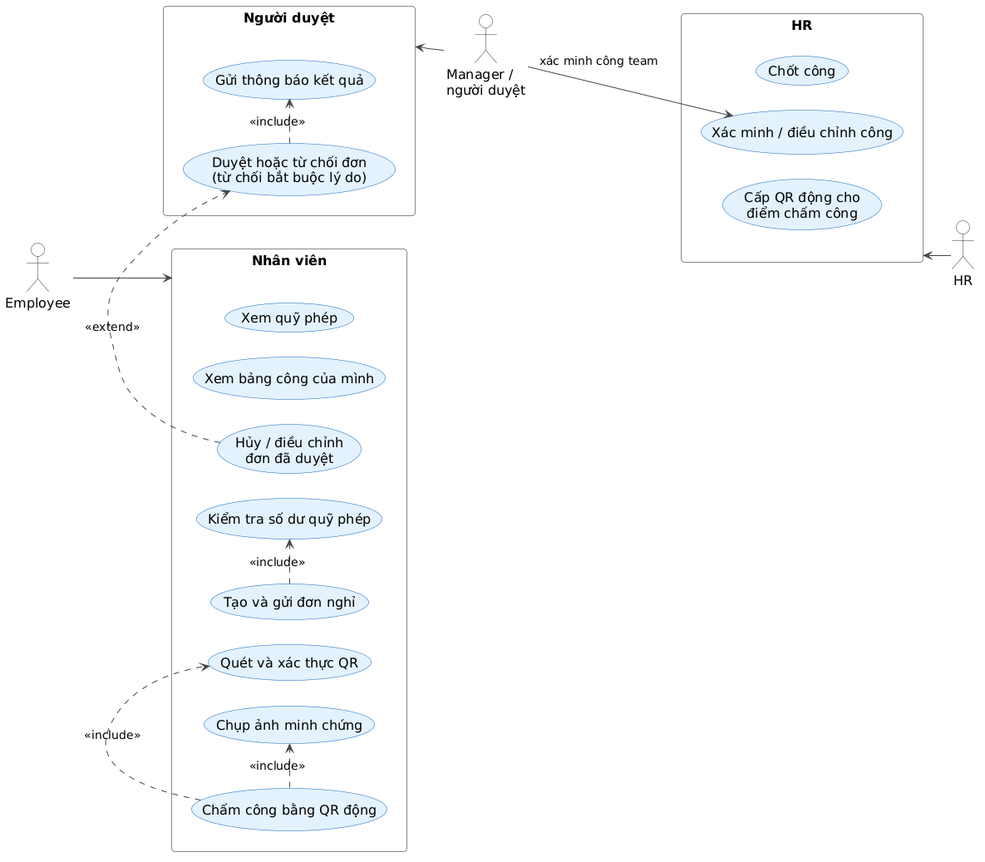
Earlier version of the PlantUML export docs/uml/png/fig3_2_usecase_attendance_leave.png (gihan160306/HRFlow).
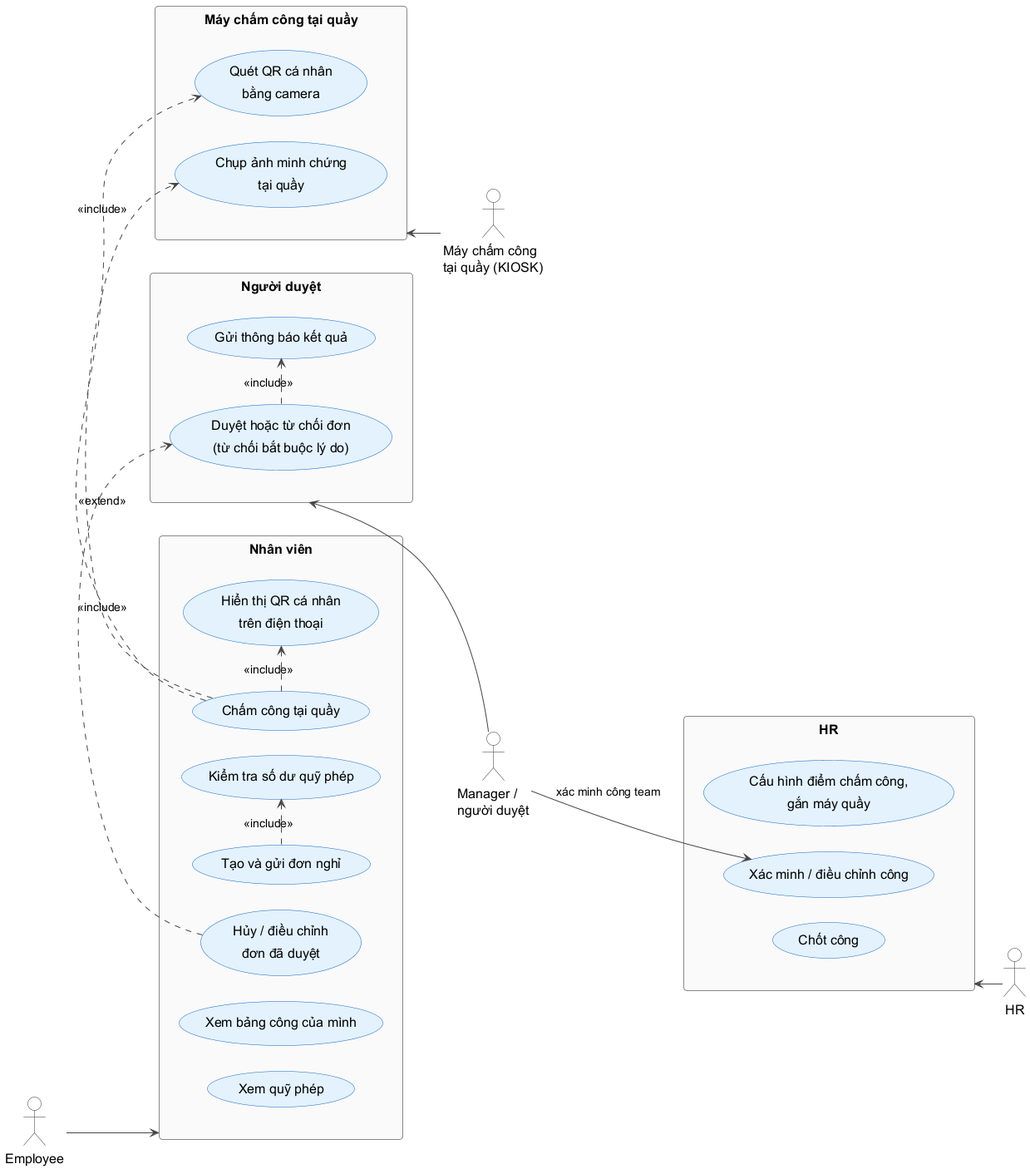
The same file after the commit.

What changed in the source:
```diff
@@ -1,4 +1,4 @@
-@startuml
+@startuml fig3_2_usecase_attendance_leave
 skinparam backgroundColor #FFFFFF
 skinparam shadowing false
 skinparam roundCorner 8
@@ -36,10 +36,10 @@
 actor "Employee" as EMP
 actor "HR" as HR
 actor "Manager /\nngười duyệt" as MGR
+actor "Máy chấm công\ntại quầy (KIOSK)" as KIOSK
 rectangle "Nhân viên" as G1 {
-  usecase "Chấm công bằng QR động" as A1
-  usecase "Quét và xác thực QR" as A2
-  usecase "Chụp ảnh minh chứng" as A3
+  usecase "Chấm công tại quầy" as A1
+  usecase "Hiển thị QR cá nhân\ntrên điện thoại" as A2
   usecase "Xem bảng công của mình" as A4
   usecase "Tạo và gửi đơn nghỉ" as L1
   usecase "Kiểm tra số dư quỹ phép" as L5
@@ -47,9 +47,13 @@
   usecase "Hủy / điều chỉnh\nđơn đã duyệt" as L3
 }
 rectangle "HR" as G2 {
-  usecase "Cấp QR động cho\nđiểm chấm công" as A5
+  usecase "Cấu hình điểm chấm công,\ngắn máy quầy" as A5
   usecase "Xác minh / điều chỉnh công" as A6
   usecase "Chốt công" as A7
+}
+rectangle "Máy chấm công tại quầy" as G4 {
+  usecase "Quét QR cá nhân\nbằng camera" as K1
+  usecase "Chụp ảnh minh chứng\ntại quầy" as A3
 }
 rectangle "Người duyệt" as G3 {
   usecase "Duyệt hoặc từ chối đơn\n(từ chối bắt buộc lý do)" as L4
@@ -59,11 +63,14 @@
 G2 <-- HR
 G3 <-- MGR
 A1 .> A2 : <<include>>
+A1 .> K1 : <<include>>
 A1 .> A3 : <<include>>
+G4 <-- KIOSK
 L1 .> L5 : <<include>>
 L4 .> L6 : <<include>>
 L3 .> L4 : <<extend>>
 MGR --> A6 : xác minh công team
 G1 -[hidden]right-> G2
 G1 -[hidden]right-> G3
+G1 -[hidden]right-> G4
 @enduml
```
